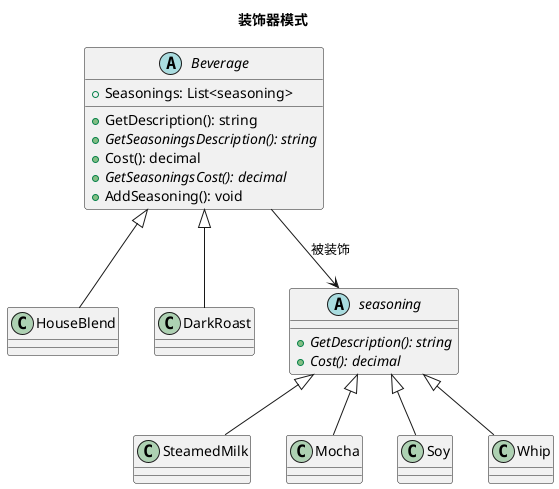
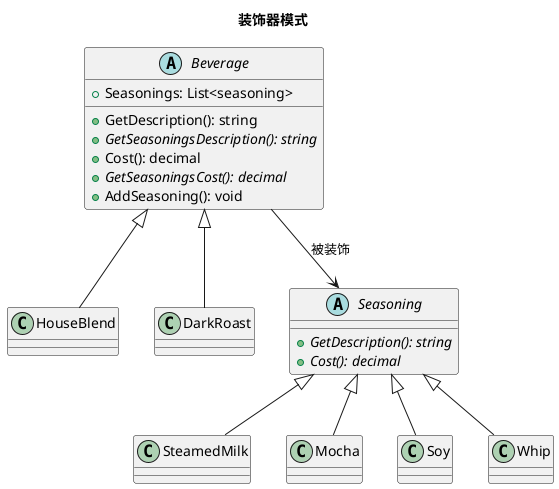
@startuml 装饰器模式
title 装饰器模式

' ==== 饮料
abstract class Beverage {
    + Seasonings: List<seasoning>
    + GetDescription(): string
    + {abstract} GetSeasoningsDescription(): string
    + Cost(): decimal
    + {abstract} GetSeasoningsCost(): decimal
    + AddSeasoning(): void
}

class HouseBlend extends Beverage {}

class DarkRoast extends Beverage {}

' ==== 调料
- abstract class seasoning {
+ abstract class Seasoning {
    + {abstract} GetDescription(): string
    + {abstract} Cost(): decimal
}

- class SteamedMilk extends seasoning {}
- class Mocha extends seasoning {}
- class Soy extends seasoning {}
- class Whip extends seasoning {}
+ class SteamedMilk extends Seasoning {}
+ class Mocha extends Seasoning {}
+ class Soy extends Seasoning {}
+ class Whip extends Seasoning {}

' ==== 关系
- Beverage --> seasoning : "被装饰"
+ Beverage --> Seasoning : "被装饰"

@enduml